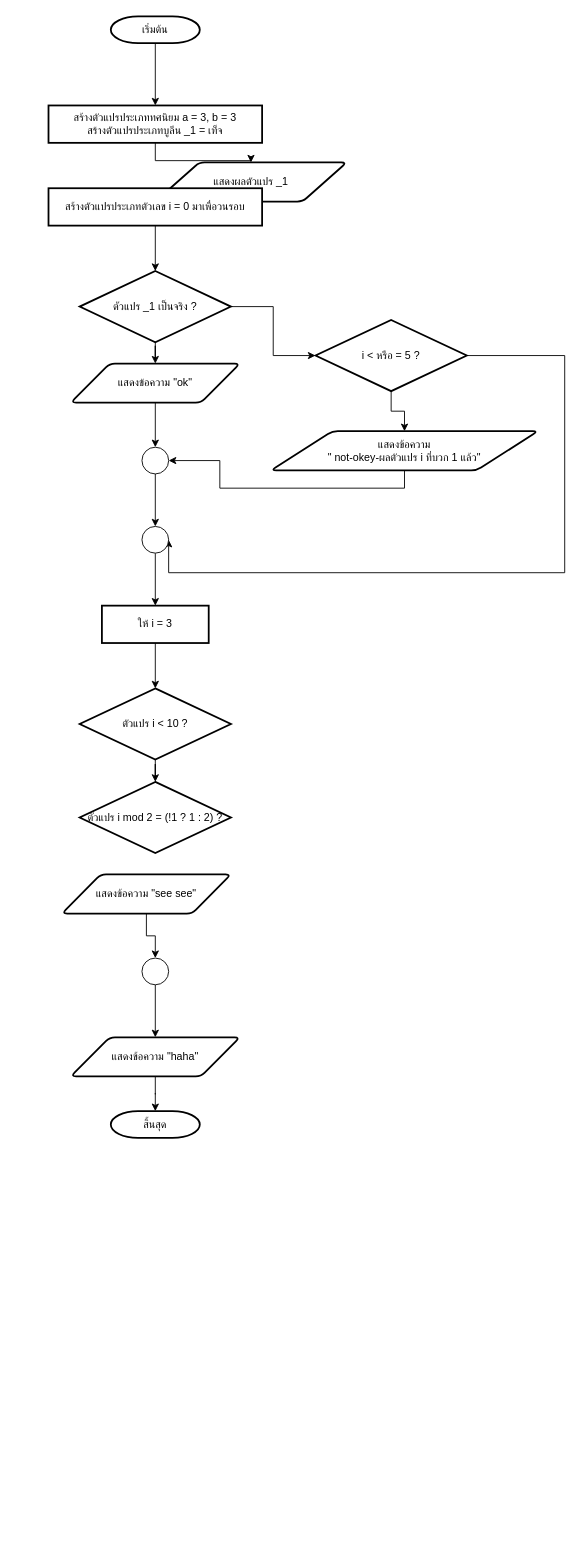
Above: homework/Hw3/flowchart 3-2.drawio in nuch-oranuch/ENGCE117 (draw.io), before the change. Source tidied: cells renumbered, new cells numbered last; positions are measured from the earlier drawing's top-left corner, leaving out a move shared by most shapes. Both pictures are drawn from the tidied source at 89%, with x=0, y=0 at pixel (48, 16).
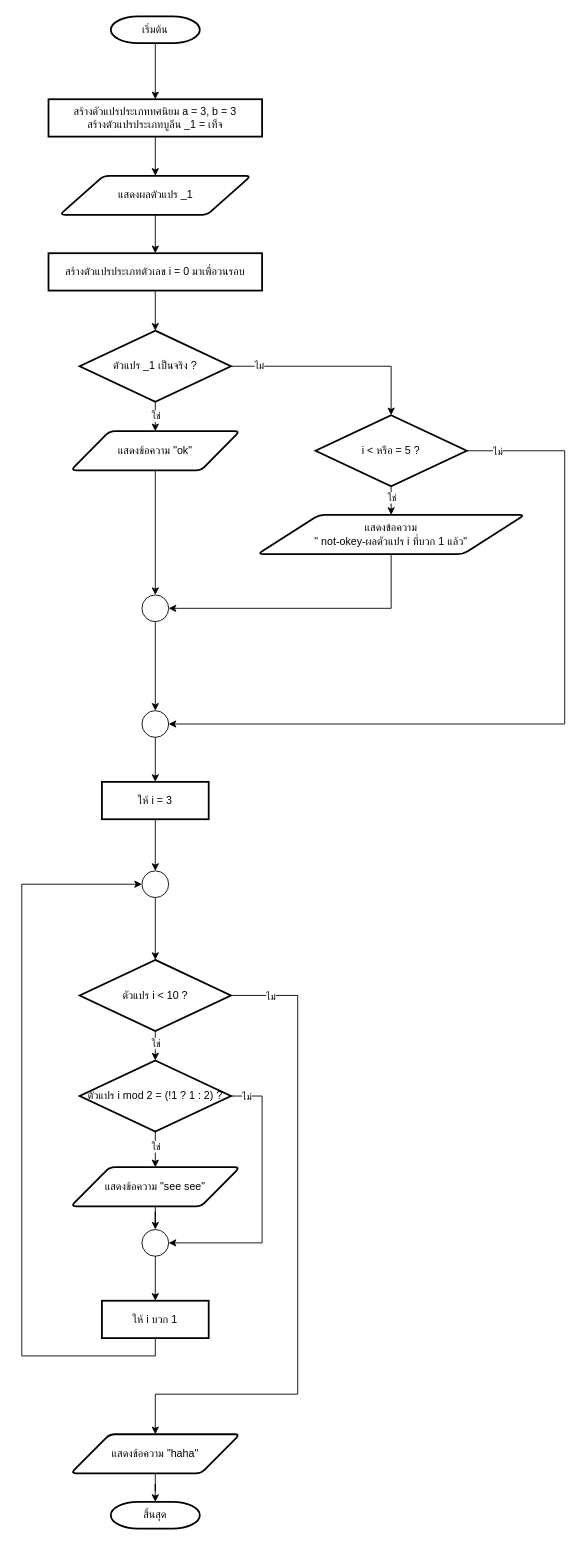
Above is the later version.

The change refers to these unchanged cells:
```xml
<mxCell id="10" style="edgeStyle=orthogonalEdgeStyle;rounded=0;jettySize=auto;html=1;" parent="1" edge="1" source="12" target="14">
  <mxGeometry relative="1" as="geometry" />
</mxCell>
<mxCell id="11" style="edgeStyle=orthogonalEdgeStyle;rounded=0;jettySize=auto;html=1;" parent="1" edge="1" source="12" target="24">
  <mxGeometry relative="1" as="geometry" />
</mxCell>
<mxCell id="15" style="edgeStyle=orthogonalEdgeStyle;rounded=0;jettySize=auto;html=1;" parent="1" edge="1" source="16" target="33">
  <mxGeometry relative="1" as="geometry" />
</mxCell>
<mxCell id="22" style="edgeStyle=orthogonalEdgeStyle;rounded=0;jettySize=auto;html=1;" parent="1" edge="1" source="24" target="26">
  <mxGeometry relative="1" as="geometry" />
</mxCell>
```

The edit, as a diff of the source:
```diff
@@
     <mxCell id="5" value="สร้างตัวแปรประเภททศนิยม a = 3, b = 3&lt;div&gt;สร้างตัวแปรประเภทบูลีน _1 = เท็จ&lt;/div&gt;" style="rounded=1;whiteSpace=wrap;html=1;absoluteArcSize=1;arcSize=0;strokeWidth=2;" parent="1" vertex="1">
-      <mxGeometry y="100" width="240" height="42" as="geometry" />
+      <mxGeometry y="93" width="240" height="42" as="geometry" />
     </mxCell>
@@
     <mxCell id="7" value="แสดงผล&lt;span style=&quot;background-color: initial;&quot;&gt;ตัวแปร _1&lt;/span&gt;" style="shape=parallelogram;html=1;strokeWidth=2;perimeter=parallelogramPerimeter;whiteSpace=wrap;rounded=1;arcSize=12;size=0.23;" parent="1" vertex="1">
-      <mxGeometry x="120" y="164" width="215" height="44" as="geometry" />
+      <mxGeometry x="12.5" y="179" width="215" height="44" as="geometry" />
     </mxCell>
@@
     <mxCell id="9" value="สร้างตัวแปรประเภทตัวเลข i = 0 มาเพื่อวนรอบ" style="rounded=1;whiteSpace=wrap;html=1;absoluteArcSize=1;arcSize=0;strokeWidth=2;" parent="1" vertex="1">
-      <mxGeometry y="193" width="240" height="42" as="geometry" />
+      <mxGeometry y="266" width="240" height="42" as="geometry" />
     </mxCell>
@@
+    <mxCell id="36" value="ใช่" style="edgeLabel;html=1;align=center;verticalAlign=middle;" parent="10" vertex="1">
+      <mxGeometry x="0.25" relative="1" as="geometry" />
+    </mxCell>
@@
+    <mxCell id="37" value="ไม่" style="edgeLabel;html=1;align=center;verticalAlign=middle;" parent="11" vertex="1">
+      <mxGeometry x="-0.74" y="1" relative="1" as="geometry" />
+    </mxCell>
     <mxCell id="12" value="ตัวแปร _1 เป็นจริง ?" style="strokeWidth=2;html=1;shape=mxgraph.flowchart.decision;whiteSpace=wrap;" parent="1" vertex="1">
-      <mxGeometry x="35" y="286" width="170" height="80" as="geometry" />
+      <mxGeometry x="35" y="353" width="170" height="80" as="geometry" />
     </mxCell>
@@
     <mxCell id="14" value="แสดงข้อความ&amp;nbsp;&lt;span style=&quot;background-color: initial;&quot;&gt;&quot;ok&quot;&lt;/span&gt;" style="shape=parallelogram;html=1;strokeWidth=2;perimeter=parallelogramPerimeter;whiteSpace=wrap;rounded=1;arcSize=12;size=0.23;" parent="1" vertex="1">
-      <mxGeometry x="25" y="390" width="190" height="44" as="geometry" />
+      <mxGeometry x="25" y="466" width="190" height="44" as="geometry" />
     </mxCell>
@@
+    <mxCell id="38" value="ใช่" style="edgeLabel;html=1;align=center;verticalAlign=middle;" parent="15" vertex="1">
+      <mxGeometry x="-0.46" relative="1" as="geometry" />
+    </mxCell>
     <mxCell id="16" value="ตัวแปร i &amp;lt; 10 ?" style="strokeWidth=2;html=1;shape=mxgraph.flowchart.decision;whiteSpace=wrap;" parent="1" vertex="1">
-      <mxGeometry x="35" y="755" width="170" height="80" as="geometry" />
+      <mxGeometry x="35" y="1060" width="170" height="80" as="geometry" />
     </mxCell>
-    <mxCell id="17" style="edgeStyle=orthogonalEdgeStyle;rounded=0;jettySize=auto;html=1;" parent="1" edge="1" source="18" target="20">
-      <mxGeometry relative="1" as="geometry" />
-    </mxCell>
     <mxCell id="18" style="verticalLabelPosition=bottom;verticalAlign=top;html=1;shape=mxgraph.flowchart.on-page_reference;" parent="1" vertex="1">
-      <mxGeometry x="105" y="1058" width="30" height="30" as="geometry" />
+      <mxGeometry x="105" y="1363" width="30" height="30" as="geometry" />
     </mxCell>
@@
     <mxCell id="20" value="แสดงข้อความ&amp;nbsp;&lt;span style=&quot;background-color: initial;&quot;&gt;&quot;haha&quot;&lt;/span&gt;" style="shape=parallelogram;html=1;strokeWidth=2;perimeter=parallelogramPerimeter;whiteSpace=wrap;rounded=1;arcSize=12;size=0.23;" parent="1" vertex="1">
-      <mxGeometry x="25" y="1147" width="190" height="44" as="geometry" />
+      <mxGeometry x="25" y="1593" width="190" height="44" as="geometry" />
     </mxCell>
     <mxCell id="21" value="สิ้นสุด" style="strokeWidth=2;html=1;shape=mxgraph.flowchart.terminator;whiteSpace=wrap;" parent="1" vertex="1">
-      <mxGeometry x="70" y="1230" width="100" height="30" as="geometry" />
+      <mxGeometry x="70" y="1669" width="100" height="30" as="geometry" />
     </mxCell>
@@
+    <mxCell id="39" value="ใช่" style="edgeLabel;html=1;align=center;verticalAlign=middle;" parent="22" vertex="1">
+      <mxGeometry x="0.15" relative="1" as="geometry" />
+    </mxCell>
     <mxCell id="23" style="edgeStyle=orthogonalEdgeStyle;rounded=0;jettySize=auto;html=1;exitX=1;exitY=0.5;exitDx=0;exitDy=0;exitPerimeter=0;entryX=1;entryY=0.5;entryDx=0;entryDy=0;" parent="1" edge="1" source="24" target="32">
       <mxGeometry relative="1" as="geometry">
         <Array as="points">
-          <mxPoint x="580" y="381" />
-          <mxPoint x="580" y="625" />
+          <mxPoint x="580" y="488" />
+          <mxPoint x="580" y="795" />
         </Array>
       </mxGeometry>
     </mxCell>
+    <mxCell id="40" value="ไม่" style="edgeLabel;html=1;align=center;verticalAlign=middle;" parent="23" vertex="1">
+      <mxGeometry x="-0.92" relative="1" as="geometry" />
+    </mxCell>
     <mxCell id="24" value="i &amp;lt; หรือ = 5 ?" style="strokeWidth=2;html=1;shape=mxgraph.flowchart.decision;whiteSpace=wrap;" parent="1" vertex="1">
-      <mxGeometry x="300" y="341" width="170" height="80" as="geometry" />
+      <mxGeometry x="300" y="448" width="170" height="80" as="geometry" />
     </mxCell>
@@
     <mxCell id="26" value="แสดงข้อความ&lt;div&gt;&lt;span style=&quot;background-color: initial;&quot;&gt;&quot;&amp;nbsp;not-okey-ผลตัวแปร i ที่บวก 1 แล้ว&quot;&lt;/span&gt;&lt;/div&gt;" style="shape=parallelogram;html=1;strokeWidth=2;perimeter=parallelogramPerimeter;whiteSpace=wrap;rounded=1;arcSize=12;size=0.23;" parent="1" vertex="1">
-      <mxGeometry x="250" y="466" width="300" height="44" as="geometry" />
+      <mxGeometry x="235" y="560" width="300" height="44" as="geometry" />
     </mxCell>
@@
     <mxCell id="28" style="ellipse;whiteSpace=wrap;html=1;" parent="1" vertex="1">
-      <mxGeometry x="105" y="484" width="30" height="30" as="geometry" />
+      <mxGeometry x="105" y="650" width="30" height="30" as="geometry" />
     </mxCell>
-    <mxCell id="29" style="edgeStyle=orthogonalEdgeStyle;rounded=0;jettySize=auto;html=1;" parent="1" edge="1" source="30" target="16">
+    <mxCell id="29" style="edgeStyle=orthogonalEdgeStyle;rounded=0;jettySize=auto;html=1;" parent="1" edge="1" source="51" target="16">
       <mxGeometry relative="1" as="geometry" />
     </mxCell>
     <mxCell id="30" value="ให้ i = 3" style="rounded=1;whiteSpace=wrap;html=1;absoluteArcSize=1;arcSize=0;strokeWidth=2;" parent="1" vertex="1">
-      <mxGeometry x="60" y="662" width="120" height="42" as="geometry" />
+      <mxGeometry x="60" y="860" width="120" height="42" as="geometry" />
     </mxCell>
@@
     <mxCell id="32" style="ellipse;whiteSpace=wrap;html=1;" parent="1" vertex="1">
-      <mxGeometry x="105" y="573" width="30" height="30" as="geometry" />
+      <mxGeometry x="105" y="780" width="30" height="30" as="geometry" />
     </mxCell>
+    <mxCell id="41" style="edgeStyle=orthogonalEdgeStyle;rounded=0;jettySize=auto;html=1;" parent="1" edge="1" source="33" target="35">
+      <mxGeometry relative="1" as="geometry" />
+    </mxCell>
+    <mxCell id="42" value="ใช่" style="edgeLabel;html=1;align=center;verticalAlign=middle;" parent="41" vertex="1">
+      <mxGeometry x="-0.2" relative="1" as="geometry" />
+    </mxCell>
     <mxCell id="33" value="ตัวแปร i mod 2 = (!1 ? 1 : 2) ?" style="strokeWidth=2;html=1;shape=mxgraph.flowchart.decision;whiteSpace=wrap;" parent="1" vertex="1">
-      <mxGeometry x="35" y="860" width="170" height="80" as="geometry" />
+      <mxGeometry x="35" y="1173" width="170" height="80" as="geometry" />
     </mxCell>
@@
     <mxCell id="35" value="แสดงข้อความ&amp;nbsp;&lt;span style=&quot;background-color: initial;&quot;&gt;&quot;see see&quot;&lt;/span&gt;" style="shape=parallelogram;html=1;strokeWidth=2;perimeter=parallelogramPerimeter;whiteSpace=wrap;rounded=1;arcSize=12;size=0.23;" parent="1" vertex="1">
-      <mxGeometry x="15" y="964" width="190" height="44" as="geometry" />
+      <mxGeometry x="25" y="1293" width="190" height="44" as="geometry" />
     </mxCell>
+    <mxCell id="43" style="edgeStyle=orthogonalEdgeStyle;rounded=0;jettySize=auto;html=1;exitX=1;exitY=0.5;exitDx=0;exitDy=0;exitPerimeter=0;entryX=1;entryY=0.5;entryDx=0;entryDy=0;entryPerimeter=0;" parent="1" edge="1" source="33" target="18">
+      <mxGeometry relative="1" as="geometry">
+        <Array as="points">
+          <mxPoint x="240" y="1213" />
+          <mxPoint x="240" y="1378" />
+        </Array>
+      </mxGeometry>
+    </mxCell>
+    <mxCell id="44" value="ไม่" style="edgeLabel;html=1;align=center;verticalAlign=middle;" parent="43" vertex="1">
+      <mxGeometry x="-0.89" relative="1" as="geometry" />
+    </mxCell>
+    <mxCell id="45" style="edgeStyle=orthogonalEdgeStyle;rounded=0;jettySize=auto;html=1;exitX=1;exitY=0.5;exitDx=0;exitDy=0;exitPerimeter=0;entryX=0.5;entryY=0;entryDx=0;entryDy=0;" parent="1" edge="1" source="16" target="20">
+      <mxGeometry relative="1" as="geometry">
+        <Array as="points">
+          <mxPoint x="280" y="1100" />
+          <mxPoint x="280" y="1548" />
+          <mxPoint x="120" y="1548" />
+        </Array>
+      </mxGeometry>
+    </mxCell>
+    <mxCell id="46" value="ไม่" style="edgeLabel;html=1;align=center;verticalAlign=middle;" parent="45" vertex="1">
+      <mxGeometry x="-0.88" y="-1" relative="1" as="geometry" />
+    </mxCell>
+    <mxCell id="47" style="edgeStyle=orthogonalEdgeStyle;rounded=0;jettySize=auto;html=1;" parent="1" edge="1" source="18" target="49">
+      <mxGeometry relative="1" as="geometry" />
+    </mxCell>
+    <mxCell id="48" style="edgeStyle=orthogonalEdgeStyle;rounded=0;jettySize=auto;html=1;exitX=0.5;exitY=1;exitDx=0;exitDy=0;entryX=0;entryY=0.5;entryDx=0;entryDy=0;" parent="1" edge="1" source="49" target="51">
+      <mxGeometry relative="1" as="geometry">
+        <Array as="points">
+          <mxPoint x="120" y="1505" />
+          <mxPoint x="-30" y="1505" />
+          <mxPoint x="-30" y="975" />
+        </Array>
+      </mxGeometry>
+    </mxCell>
+    <mxCell id="49" value="ให้ i บวก 1" style="rounded=1;whiteSpace=wrap;html=1;absoluteArcSize=1;arcSize=0;strokeWidth=2;" parent="1" vertex="1">
+      <mxGeometry x="60" y="1443" width="120" height="42" as="geometry" />
+    </mxCell>
+    <mxCell id="50" style="edgeStyle=orthogonalEdgeStyle;rounded=0;jettySize=auto;html=1;" parent="1" edge="1" source="30" target="51">
+      <mxGeometry relative="1" as="geometry" />
+    </mxCell>
+    <mxCell id="51" style="ellipse;whiteSpace=wrap;html=1;" parent="1" vertex="1">
+      <mxGeometry x="105" y="960" width="30" height="30" as="geometry" />
+    </mxCell>
```
